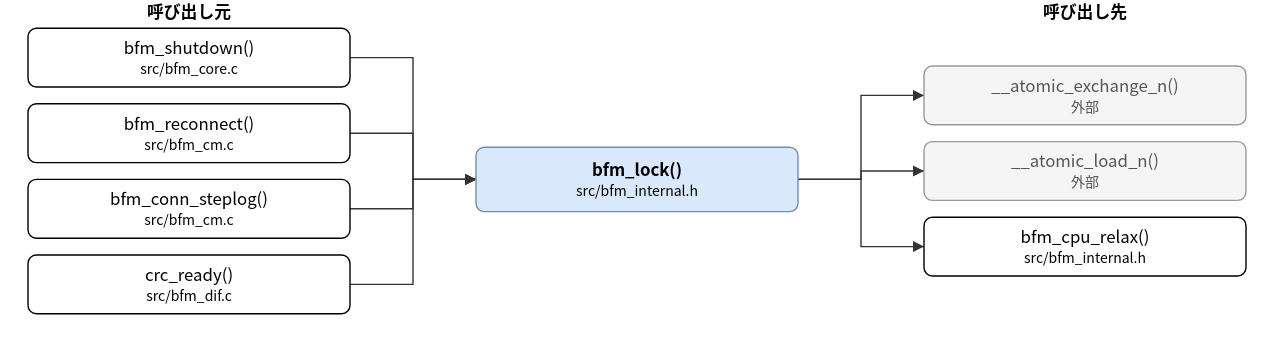
Earlier version of the draw.io export doc/spec/images/call_src_bfm_internal-bfm_lock.drawio.svg (hf355051012-ai/bfmem). Source tidied: cells renumbered, new cells last; positions are measured from the earlier drawing's top-left corner, leaving out a move shared by most shapes. The source it was exported from:
```xml
<mxGraphModel>
  <root>
    <mxCell id="0" />
    <mxCell id="1" parent="0" />
    <mxCell id="2" value="bfm_lock()&lt;br&gt;&lt;font style=&quot;font-size:10px&quot;&gt;src/bfm_internal.h&lt;/font&gt;" style="rounded=1;whiteSpace=wrap;html=1;fillColor=#dae8fc;strokeColor=#6c8ebf;fontStyle=1;" parent="1" vertex="1">
      <mxGeometry x="320" y="105" width="230" height="46" as="geometry" />
    </mxCell>
    <mxCell id="3" value="bfm_shutdown()&lt;br&gt;&lt;font style=&quot;font-size:10px&quot;&gt;src/bfm_core.c&lt;/font&gt;" style="rounded=1;whiteSpace=wrap;html=1;" parent="1" vertex="1">
      <mxGeometry y="20" width="230" height="42" as="geometry" />
    </mxCell>
    <mxCell id="4" value="bfm_reconnect()&lt;br&gt;&lt;font style=&quot;font-size:10px&quot;&gt;src/bfm_cm.c&lt;/font&gt;" style="rounded=1;whiteSpace=wrap;html=1;" parent="1" vertex="1">
      <mxGeometry y="74" width="230" height="42" as="geometry" />
    </mxCell>
    <mxCell id="5" value="bfm_conn_steplog()&lt;br&gt;&lt;font style=&quot;font-size:10px&quot;&gt;src/bfm_cm.c&lt;/font&gt;" style="rounded=1;whiteSpace=wrap;html=1;" parent="1" vertex="1">
      <mxGeometry y="128" width="230" height="42" as="geometry" />
    </mxCell>
    <mxCell id="6" value="crc_ready()&lt;br&gt;&lt;font style=&quot;font-size:10px&quot;&gt;src/bfm_dif.c&lt;/font&gt;" style="rounded=1;whiteSpace=wrap;html=1;" parent="1" vertex="1">
      <mxGeometry y="182" width="230" height="42" as="geometry" />
    </mxCell>
    <mxCell id="7" value="__atomic_exchange_n()&lt;br&gt;&lt;font style=&quot;font-size:10px&quot;&gt;外部&lt;/font&gt;" style="rounded=1;whiteSpace=wrap;html=1;fillColor=#f5f5f5;strokeColor=#999999;fontColor=#555555;" parent="1" vertex="1">
      <mxGeometry x="640" y="47" width="230" height="42" as="geometry" />
    </mxCell>
    <mxCell id="8" value="__atomic_load_n()&lt;br&gt;&lt;font style=&quot;font-size:10px&quot;&gt;外部&lt;/font&gt;" style="rounded=1;whiteSpace=wrap;html=1;fillColor=#f5f5f5;strokeColor=#999999;fontColor=#555555;" parent="1" vertex="1">
      <mxGeometry x="640" y="101" width="230" height="42" as="geometry" />
    </mxCell>
    <mxCell id="9" value="bfm_cpu_relax()&lt;br&gt;&lt;font style=&quot;font-size:10px&quot;&gt;src/bfm_internal.h&lt;/font&gt;" style="rounded=1;whiteSpace=wrap;html=1;" parent="1" vertex="1">
      <mxGeometry x="640" y="155" width="230" height="42" as="geometry" />
    </mxCell>
    <mxCell id="10" style="edgeStyle=none;html=1;rounded=0;endArrow=block;endFill=1;exitX=1.0000;exitY=0.5000;exitDx=0;exitDy=0;exitPerimeter=0;entryX=0.0000;entryY=0.5000;entryDx=0;entryDy=0;entryPerimeter=0;" parent="1" edge="1" source="3" target="2">
      <mxGeometry relative="1" as="geometry">
        <Array as="points">
          <mxPoint x="275" y="41" />
          <mxPoint x="275" y="128" />
        </Array>
      </mxGeometry>
    </mxCell>
    <mxCell id="11" style="edgeStyle=none;html=1;rounded=0;endArrow=block;endFill=1;exitX=1.0000;exitY=0.5000;exitDx=0;exitDy=0;exitPerimeter=0;entryX=0.0000;entryY=0.5000;entryDx=0;entryDy=0;entryPerimeter=0;" parent="1" edge="1" source="4" target="2">
      <mxGeometry relative="1" as="geometry">
        <Array as="points">
          <mxPoint x="275" y="95" />
          <mxPoint x="275" y="128" />
        </Array>
      </mxGeometry>
    </mxCell>
    <mxCell id="12" style="edgeStyle=none;html=1;rounded=0;endArrow=block;endFill=1;exitX=1.0000;exitY=0.5000;exitDx=0;exitDy=0;exitPerimeter=0;entryX=0.0000;entryY=0.5000;entryDx=0;entryDy=0;entryPerimeter=0;" parent="1" edge="1" source="5" target="2">
      <mxGeometry relative="1" as="geometry">
        <Array as="points">
          <mxPoint x="275" y="149" />
          <mxPoint x="275" y="128" />
        </Array>
      </mxGeometry>
    </mxCell>
    <mxCell id="13" style="edgeStyle=none;html=1;rounded=0;endArrow=block;endFill=1;exitX=1.0000;exitY=0.5000;exitDx=0;exitDy=0;exitPerimeter=0;entryX=0.0000;entryY=0.5000;entryDx=0;entryDy=0;entryPerimeter=0;" parent="1" edge="1" source="6" target="2">
      <mxGeometry relative="1" as="geometry">
        <Array as="points">
          <mxPoint x="275" y="203" />
          <mxPoint x="275" y="128" />
        </Array>
      </mxGeometry>
    </mxCell>
    <mxCell id="14" style="edgeStyle=none;html=1;rounded=0;endArrow=block;endFill=1;exitX=1.0000;exitY=0.5000;exitDx=0;exitDy=0;exitPerimeter=0;entryX=0.0000;entryY=0.5000;entryDx=0;entryDy=0;entryPerimeter=0;" parent="1" edge="1" source="2" target="7">
      <mxGeometry relative="1" as="geometry">
        <Array as="points">
          <mxPoint x="595" y="128" />
          <mxPoint x="595" y="68" />
        </Array>
      </mxGeometry>
    </mxCell>
    <mxCell id="15" style="edgeStyle=none;html=1;rounded=0;endArrow=block;endFill=1;exitX=1.0000;exitY=0.5000;exitDx=0;exitDy=0;exitPerimeter=0;entryX=0.0000;entryY=0.5000;entryDx=0;entryDy=0;entryPerimeter=0;" parent="1" edge="1" source="2" target="8">
      <mxGeometry relative="1" as="geometry">
        <Array as="points">
          <mxPoint x="595" y="128" />
          <mxPoint x="595" y="122" />
        </Array>
      </mxGeometry>
    </mxCell>
    <mxCell id="16" style="edgeStyle=none;html=1;rounded=0;endArrow=block;endFill=1;exitX=1.0000;exitY=0.5000;exitDx=0;exitDy=0;exitPerimeter=0;entryX=0.0000;entryY=0.5000;entryDx=0;entryDy=0;entryPerimeter=0;" parent="1" edge="1" source="2" target="9">
      <mxGeometry relative="1" as="geometry">
        <Array as="points">
          <mxPoint x="595" y="128" />
          <mxPoint x="595" y="176" />
        </Array>
      </mxGeometry>
    </mxCell>
    <mxCell id="17" value="呼び出し元" style="text;html=1;align=center;fontStyle=1;" parent="1" vertex="1">
      <mxGeometry x="35" width="160" height="18" as="geometry" />
    </mxCell>
    <mxCell id="18" value="呼び出し先" style="text;html=1;align=center;fontStyle=1;" parent="1" vertex="1">
      <mxGeometry x="675" width="160" height="18" as="geometry" />
    </mxCell>
  </root>
</mxGraphModel>
```
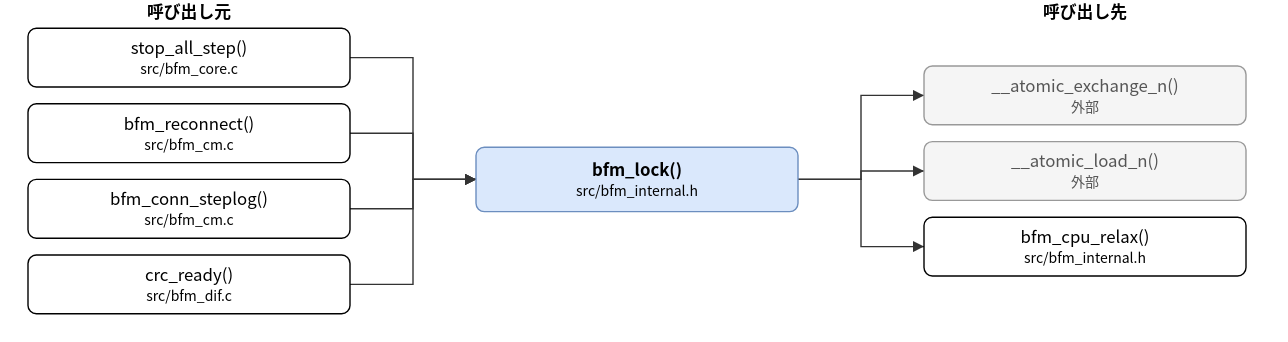
Above is the later version.

Change to the diagram source:
```diff
@@ -5,7 +5,7 @@
     <mxCell id="2" value="bfm_lock()&lt;br&gt;&lt;font style=&quot;font-size:10px&quot;&gt;src/bfm_internal.h&lt;/font&gt;" style="rounded=1;whiteSpace=wrap;html=1;fillColor=#dae8fc;strokeColor=#6c8ebf;fontStyle=1;" parent="1" vertex="1">
       <mxGeometry x="320" y="105" width="230" height="46" as="geometry" />
     </mxCell>
-    <mxCell id="3" value="bfm_shutdown()&lt;br&gt;&lt;font style=&quot;font-size:10px&quot;&gt;src/bfm_core.c&lt;/font&gt;" style="rounded=1;whiteSpace=wrap;html=1;" parent="1" vertex="1">
+    <mxCell id="3" value="stop_all_step()&lt;br&gt;&lt;font style=&quot;font-size:10px&quot;&gt;src/bfm_core.c&lt;/font&gt;" style="rounded=1;whiteSpace=wrap;html=1;" parent="1" vertex="1">
       <mxGeometry y="20" width="230" height="42" as="geometry" />
     </mxCell>
     <mxCell id="4" value="bfm_reconnect()&lt;br&gt;&lt;font style=&quot;font-size:10px&quot;&gt;src/bfm_cm.c&lt;/font&gt;" style="rounded=1;whiteSpace=wrap;html=1;" parent="1" vertex="1">
```
